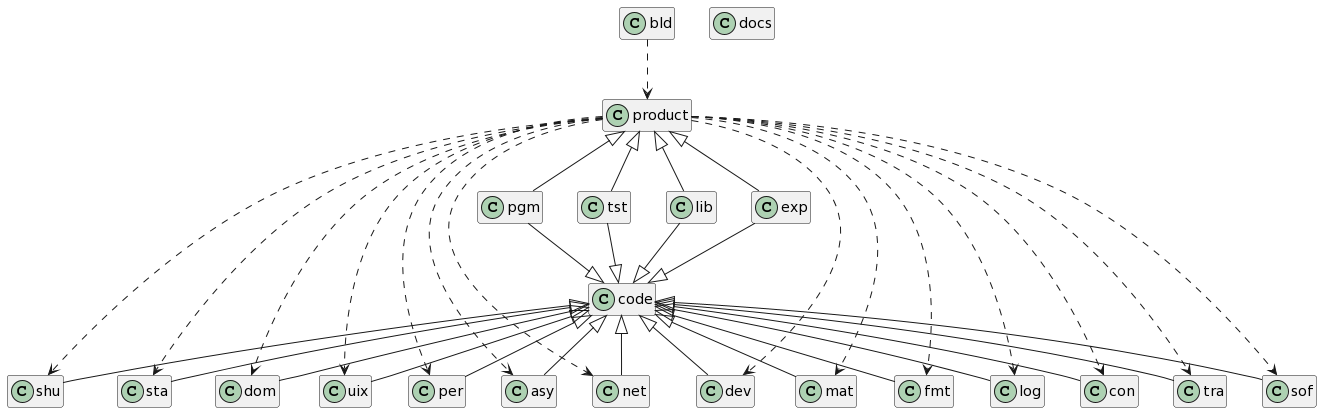
Above: docs/aux/macro_structure.png in rodrigocanellas/tenacitas (PlantUML), before the change. Its diagram source:
```plantuml
@startuml
hide empty members
product <|-- tst
product <|-- pgm
product <|-- exp
product <|-- lib
code <|-up- tst
code <|-up- pgm
code <|-up- exp
code <|-up- lib

code <|-- shu
code <|-- sta
code <|-- dom
code <|-- uix
code <|-- per
code <|-- asy
code <|-- net
code <|-- dev
code <|-- mat
code <|-- fmt
code <|-- log
code <|-- con
code <|-- tra
code <|-- sof

product ..> shu
product ..> sta
product ..> dom
product ..> uix
product ..> per
product ..> asy
product ..> net
product ..> dev
product ..> mat
product ..> fmt
product ..> log
product ..> con
product ..> tra
product ..> sof

bld ..> product

class docs
@enduml
```
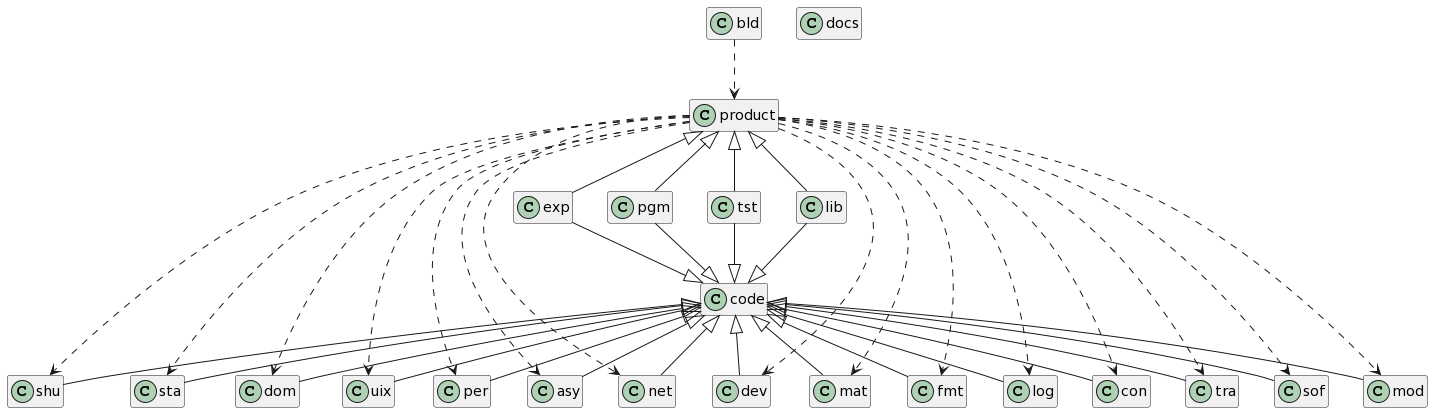
The same file after the commit.

The edit, as a diff of the source:
```diff
@@ -23,6 +23,7 @@
 code <|-- con
 code <|-- tra
 code <|-- sof
+code <|-- mod
 
 product ..> shu
 product ..> sta
@@ -38,6 +39,7 @@
 product ..> con
 product ..> tra
 product ..> sof
+product ..> mod
 
 bld ..> product
 
```
